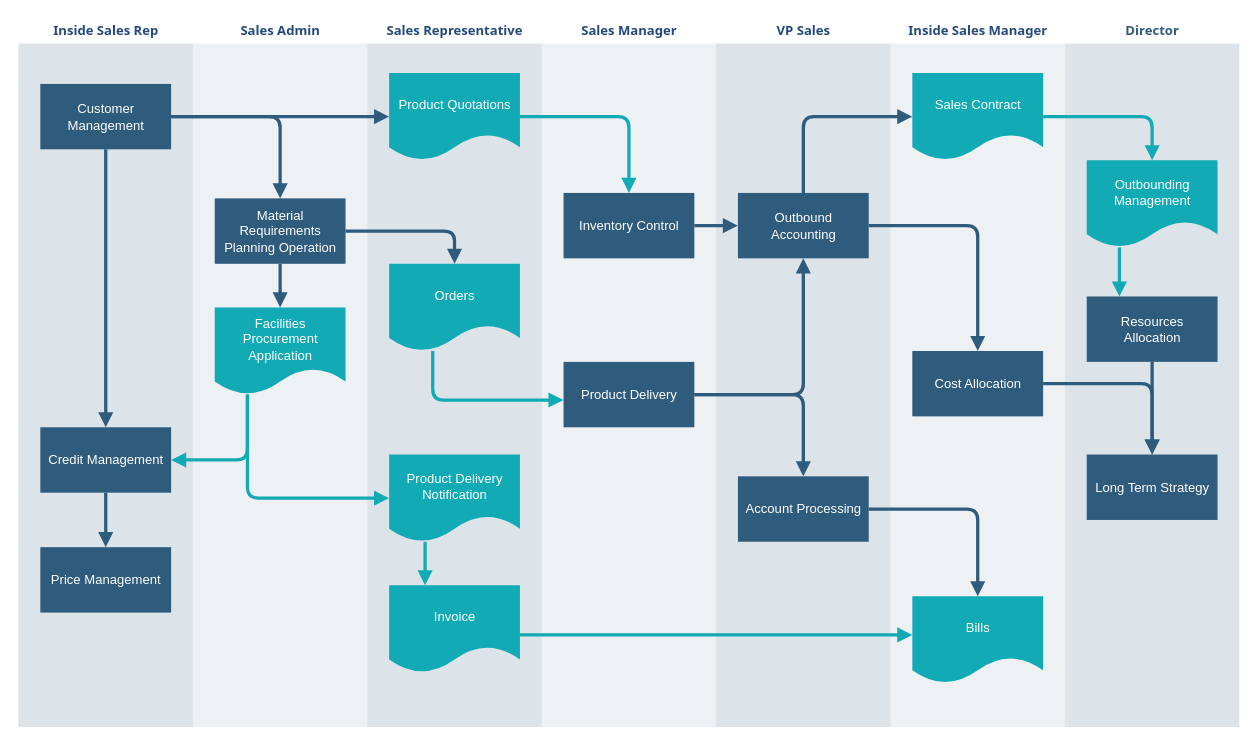
Earlier version of the draw.io diagram G2-Products.drawio (mnowatzke/mindmaps). Source tidied: cells renumbered, new cells numbered last; positions are measured from the earlier drawing's top-left corner, leaving out a move shared by most shapes. Both pictures are drawn from the tidied source at 109%, with x=0, y=0 at pixel (17, 17).
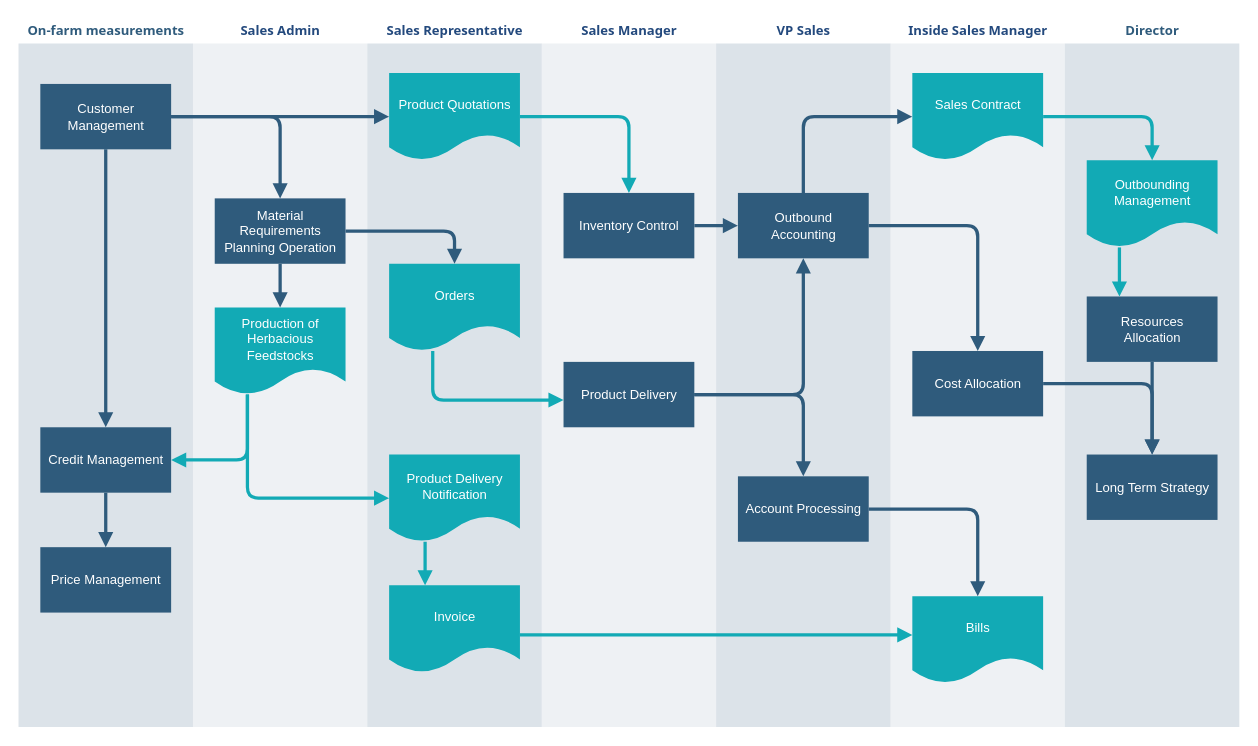
Above is the later version.

The edit, as a diff of the source:
```diff
@@
-    <mxCell id="2" value="&lt;font color=&quot;#23497d&quot;&gt;Inside Sales Rep&lt;/font&gt;" style="swimlane;whiteSpace=wrap;fillColor=none;swimlaneFillColor=#BAC8D3;fontColor=#2F5B7C;fontFamily=Tahoma;html=1;strokeColor=none;opacity=50;" parent="1" vertex="1">
+    <mxCell id="2" value="On-farm measurements" style="swimlane;whiteSpace=wrap;fillColor=none;swimlaneFillColor=#BAC8D3;fontColor=#2F5B7C;fontFamily=Tahoma;html=1;strokeColor=none;opacity=50;" parent="1" vertex="1">
       <mxGeometry x="0.5" y="0.5" width="160" height="650" as="geometry" />
     </mxCell>
@@
-    <mxCell id="15" value="&lt;font color=&quot;#23497d&quot;&gt;Sales Admin&lt;/font&gt;" style="swimlane;whiteSpace=wrap;fillColor=none;swimlaneFillColor=#BAC8D3;fontColor=#2F5B7C;fontFamily=Tahoma;html=1;strokeColor=none;opacity=25;" parent="1" vertex="1">
+    <mxCell id="15" value="&lt;font color=&quot;#23497d&quot;&gt;Sales Admin&lt;/font&gt;" style="swimlane;whiteSpace=wrap;fillColor=none;swimlaneFillColor=#BAC8D3;fontColor=#2F5B7C;fontFamily=Tahoma;html=1;strokeColor=none;opacity=25;startSize=23;" parent="1" vertex="1">
       <mxGeometry x="160.5" y="0.5" width="160" height="650" as="geometry" />
     </mxCell>
@@
-    <mxCell id="17" value="&lt;font color=&quot;#ffffff&quot;&gt;Facilities Procurement&lt;br&gt;Application&lt;/font&gt;&lt;br&gt; " style="shape=document;whiteSpace=wrap;verticalAlign=middle;strokeColor=none;fillColor=#12aab5;shadow=0;fontColor=#FFFFFF;fontFamily=Helvetica;fontStyle=0;html=1;fontSize=12;spacing=6;spacingBottom=22;" parent="15" vertex="1">
+    <mxCell id="17" value="&lt;font color=&quot;#ffffff&quot;&gt;Production of Herbacious Feedstocks&lt;/font&gt;&lt;br&gt; " style="shape=document;whiteSpace=wrap;verticalAlign=middle;strokeColor=none;fillColor=#12aab5;shadow=0;fontColor=#FFFFFF;fontFamily=Helvetica;fontStyle=0;html=1;fontSize=12;spacing=6;spacingBottom=22;" parent="15" vertex="1">
       <mxGeometry x="20" y="265" width="120" height="80" as="geometry" />
     </mxCell>
```
